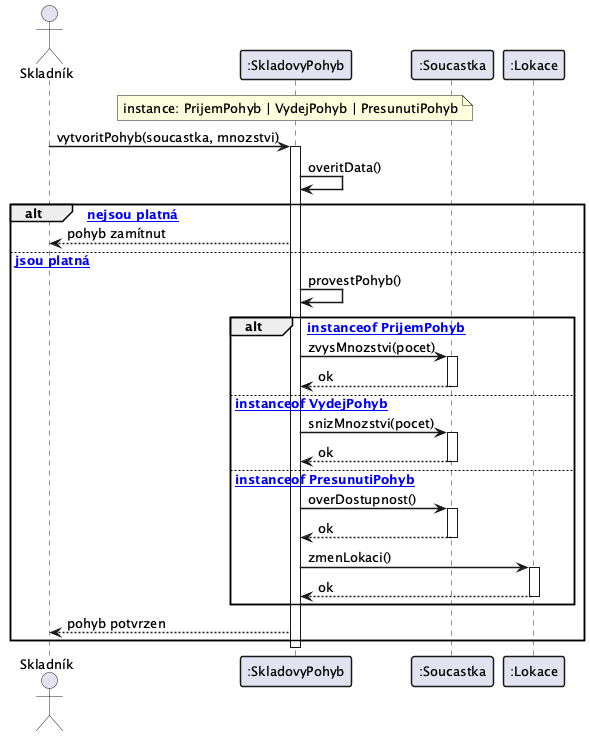
Before: docs/images/13_sequence_pohyb.png, a diagram exported from PlantUML (lkvapil/kOdevzdaniProjektWMS).
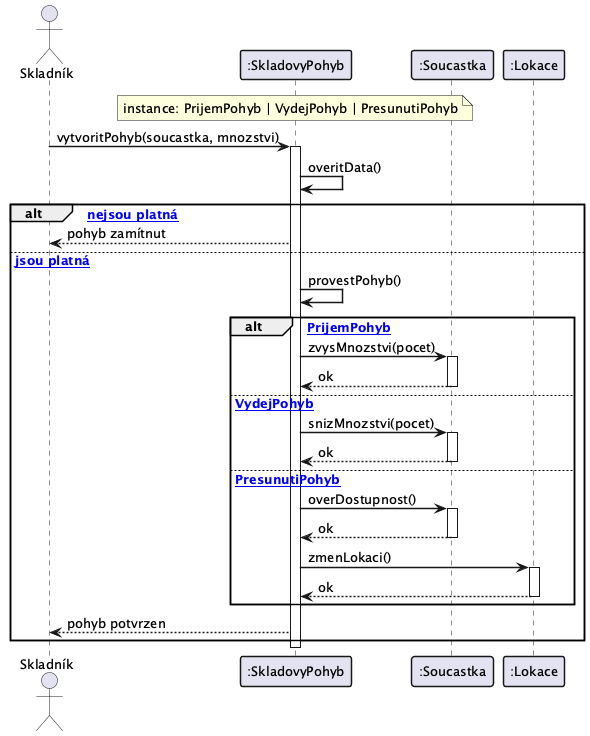
Above is the later version.

Commit message:
fix: rozsir text sekv. diagramu 5.3

Change to the diagram source:
```diff
@@ -21,19 +21,19 @@
 else [data jsou platná]
     Pohyb -> Pohyb : provestPohyb()
 
-    alt [pohyb instanceof PrijemPohyb]
+    alt [PrijemPohyb]
         Pohyb -> Soucastka : zvysMnozstvi(pocet)
         activate Soucastka
         Soucastka --> Pohyb : ok
         deactivate Soucastka
 
-    else [pohyb instanceof VydejPohyb]
+    else [VydejPohyb]
         Pohyb -> Soucastka : snizMnozstvi(pocet)
         activate Soucastka
         Soucastka --> Pohyb : ok
         deactivate Soucastka
 
-    else [pohyb instanceof PresunutiPohyb]
+    else [PresunutiPohyb]
         Pohyb -> Soucastka : overDostupnost()
         activate Soucastka
         Soucastka --> Pohyb : ok
```
